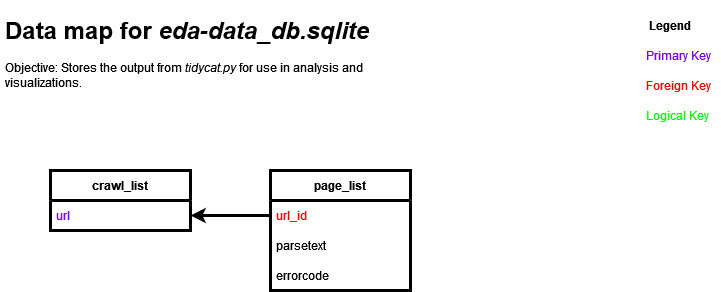
Earlier version of the draw.io export projectartifacts/eda-data_dbmap.drawio.png (travisyardley/ailieful). Source tidied: cells renumbered, new cells last; positions are measured from the earlier drawing's top-left corner, leaving out a move shared by most shapes. Source of this version:
```xml
<mxGraphModel>
  <root>
    <mxCell id="0" />
    <mxCell id="1" parent="0" />
    <mxCell id="2" value="crawl_list" style="swimlane;fontStyle=1;horizontal=1;startSize=30;strokeWidth=3;" parent="1" vertex="1">
      <mxGeometry x="50" y="160" width="140" height="60" as="geometry" />
    </mxCell>
    <mxCell id="3" value="url" style="text;strokeColor=none;fillColor=none;align=left;verticalAlign=middle;spacingLeft=4;spacingRight=4;overflow=hidden;points=[[0,0.5],[1,0.5]];portConstraint=eastwest;fontColor=#7F00FF;" parent="2" vertex="1">
      <mxGeometry y="30" width="140" height="30" as="geometry" />
    </mxCell>
    <mxCell id="4" value="page_list" style="swimlane;fontStyle=1;horizontal=1;startSize=30;strokeWidth=3;" parent="1" vertex="1">
      <mxGeometry x="270" y="160" width="140" height="120" as="geometry" />
    </mxCell>
    <mxCell id="5" value="url_id" style="text;strokeColor=none;fillColor=none;align=left;verticalAlign=middle;spacingLeft=4;spacingRight=4;overflow=hidden;points=[[0,0.5],[1,0.5]];portConstraint=eastwest;fontColor=#FF0000;" parent="4" vertex="1">
      <mxGeometry y="30" width="140" height="30" as="geometry" />
    </mxCell>
    <mxCell id="6" value="parsetext" style="text;strokeColor=none;fillColor=none;align=left;verticalAlign=middle;spacingLeft=4;spacingRight=4;overflow=hidden;points=[[0,0.5],[1,0.5]];portConstraint=eastwest;" parent="4" vertex="1">
      <mxGeometry y="60" width="140" height="30" as="geometry" />
    </mxCell>
    <mxCell id="7" value="errorcode" style="text;strokeColor=none;fillColor=none;align=left;verticalAlign=middle;spacingLeft=4;spacingRight=4;overflow=hidden;points=[[0,0.5],[1,0.5]];portConstraint=eastwest;" parent="4" vertex="1">
      <mxGeometry y="90" width="140" height="30" as="geometry" />
    </mxCell>
    <mxCell id="8" style="edgeStyle=orthogonalEdgeStyle;rounded=0;jettySize=auto;html=1;strokeWidth=3;" parent="1" edge="1" source="5" target="3">
      <mxGeometry relative="1" as="geometry" />
    </mxCell>
    <mxCell id="9" value="&lt;h1&gt;Data map for &lt;i&gt;eda-data_db.sqlite&lt;/i&gt;&lt;br&gt;&lt;/h1&gt;&lt;p&gt;Objective: Stores the output from &lt;i&gt;tidycat.py&lt;/i&gt; for use in analysis and visualizations.&lt;br&gt;&lt;/p&gt;" style="text;html=1;strokeColor=none;fillColor=none;spacing=5;spacingTop=-20;whiteSpace=wrap;overflow=hidden;rounded=0;" parent="1" vertex="1">
      <mxGeometry width="410" height="120" as="geometry" />
    </mxCell>
    <mxCell id="10" value="Legend" style="text;html=1;strokeColor=none;fillColor=none;align=center;verticalAlign=middle;whiteSpace=wrap;rounded=0;fontStyle=1;" parent="1" vertex="1">
      <mxGeometry x="640" width="60" height="30" as="geometry" />
    </mxCell>
    <mxCell id="11" value="Primary Key" style="text;strokeColor=none;fillColor=none;align=left;verticalAlign=middle;spacingLeft=4;spacingRight=4;overflow=hidden;fontColor=#7F00FF;" parent="1" vertex="1">
      <mxGeometry x="640" y="30" width="80" height="30" as="geometry" />
    </mxCell>
    <mxCell id="12" value="Foreign Key" style="text;strokeColor=none;fillColor=none;align=left;verticalAlign=middle;spacingLeft=4;spacingRight=4;overflow=hidden;fontColor=#FF0000;" parent="1" vertex="1">
      <mxGeometry x="640" y="60" width="80" height="30" as="geometry" />
    </mxCell>
    <mxCell id="13" value="Logical Key" style="text;strokeColor=none;fillColor=none;align=left;verticalAlign=middle;spacingLeft=4;spacingRight=4;overflow=hidden;fontColor=#00FF00;" parent="1" vertex="1">
      <mxGeometry x="640" y="90" width="80" height="30" as="geometry" />
    </mxCell>
  </root>
</mxGraphModel>
```
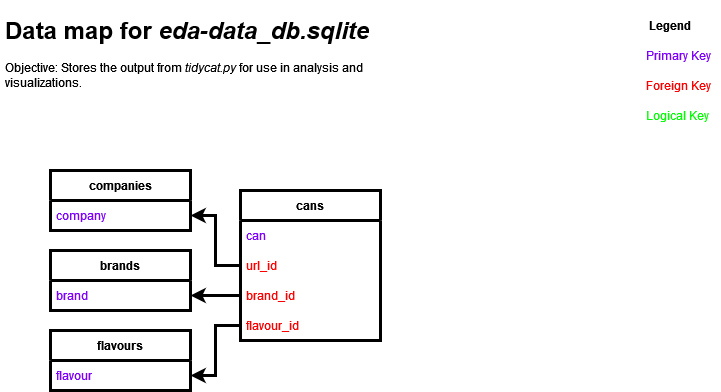
The same diagram one commit later.

Diff of the diagram source:
```diff
@@ -2,23 +2,26 @@
   <root>
     <mxCell id="0" />
     <mxCell id="1" parent="0" />
-    <mxCell id="2" value="crawl_list" style="swimlane;fontStyle=1;horizontal=1;startSize=30;strokeWidth=3;" parent="1" vertex="1">
+    <mxCell id="2" value="companies" style="swimlane;fontStyle=1;horizontal=1;startSize=30;strokeWidth=3;" parent="1" vertex="1">
       <mxGeometry x="50" y="160" width="140" height="60" as="geometry" />
     </mxCell>
-    <mxCell id="3" value="url" style="text;strokeColor=none;fillColor=none;align=left;verticalAlign=middle;spacingLeft=4;spacingRight=4;overflow=hidden;points=[[0,0.5],[1,0.5]];portConstraint=eastwest;fontColor=#7F00FF;" parent="2" vertex="1">
+    <mxCell id="3" value="company" style="text;strokeColor=none;fillColor=none;align=left;verticalAlign=middle;spacingLeft=4;spacingRight=4;overflow=hidden;points=[[0,0.5],[1,0.5]];portConstraint=eastwest;fontColor=#7F00FF;" parent="2" vertex="1">
       <mxGeometry y="30" width="140" height="30" as="geometry" />
     </mxCell>
-    <mxCell id="4" value="page_list" style="swimlane;fontStyle=1;horizontal=1;startSize=30;strokeWidth=3;" parent="1" vertex="1">
-      <mxGeometry x="270" y="160" width="140" height="120" as="geometry" />
+    <mxCell id="4" value="cans" style="swimlane;fontStyle=1;horizontal=1;startSize=30;strokeWidth=3;" parent="1" vertex="1">
+      <mxGeometry x="240" y="180" width="140" height="150" as="geometry" />
     </mxCell>
+    <mxCell id="14" value="can" style="text;strokeColor=none;fillColor=none;align=left;verticalAlign=middle;spacingLeft=4;spacingRight=4;overflow=hidden;fontColor=#7F00FF;" parent="4" vertex="1">
+      <mxGeometry y="30" width="140" height="30" as="geometry" />
+    </mxCell>
     <mxCell id="5" value="url_id" style="text;strokeColor=none;fillColor=none;align=left;verticalAlign=middle;spacingLeft=4;spacingRight=4;overflow=hidden;points=[[0,0.5],[1,0.5]];portConstraint=eastwest;fontColor=#FF0000;" parent="4" vertex="1">
-      <mxGeometry y="30" width="140" height="30" as="geometry" />
+      <mxGeometry y="60" width="140" height="30" as="geometry" />
     </mxCell>
-    <mxCell id="6" value="parsetext" style="text;strokeColor=none;fillColor=none;align=left;verticalAlign=middle;spacingLeft=4;spacingRight=4;overflow=hidden;points=[[0,0.5],[1,0.5]];portConstraint=eastwest;" parent="4" vertex="1">
-      <mxGeometry y="60" width="140" height="30" as="geometry" />
+    <mxCell id="6" value="brand_id" style="text;strokeColor=none;fillColor=none;align=left;verticalAlign=middle;spacingLeft=4;spacingRight=4;overflow=hidden;points=[[0,0.5],[1,0.5]];portConstraint=eastwest;fontColor=#FF0000;" parent="4" vertex="1">
+      <mxGeometry y="90" width="140" height="30" as="geometry" />
     </mxCell>
-    <mxCell id="7" value="errorcode" style="text;strokeColor=none;fillColor=none;align=left;verticalAlign=middle;spacingLeft=4;spacingRight=4;overflow=hidden;points=[[0,0.5],[1,0.5]];portConstraint=eastwest;" parent="4" vertex="1">
-      <mxGeometry y="90" width="140" height="30" as="geometry" />
+    <mxCell id="7" value="flavour_id" style="text;strokeColor=none;fillColor=none;align=left;verticalAlign=middle;spacingLeft=4;spacingRight=4;overflow=hidden;points=[[0,0.5],[1,0.5]];portConstraint=eastwest;fontColor=#FF0000;" parent="4" vertex="1">
+      <mxGeometry y="120" width="140" height="30" as="geometry" />
     </mxCell>
     <mxCell id="8" style="edgeStyle=orthogonalEdgeStyle;rounded=0;jettySize=auto;html=1;strokeWidth=3;" parent="1" edge="1" source="5" target="3">
       <mxGeometry relative="1" as="geometry" />
@@ -38,5 +41,23 @@
     <mxCell id="13" value="Logical Key" style="text;strokeColor=none;fillColor=none;align=left;verticalAlign=middle;spacingLeft=4;spacingRight=4;overflow=hidden;fontColor=#00FF00;" parent="1" vertex="1">
       <mxGeometry x="640" y="90" width="80" height="30" as="geometry" />
     </mxCell>
+    <mxCell id="15" value="brands" style="swimlane;fontStyle=1;horizontal=1;startSize=30;strokeWidth=3;" parent="1" vertex="1">
+      <mxGeometry x="50" y="240" width="140" height="60" as="geometry" />
+    </mxCell>
+    <mxCell id="16" value="brand" style="text;strokeColor=none;fillColor=none;align=left;verticalAlign=middle;spacingLeft=4;spacingRight=4;overflow=hidden;points=[[0,0.5],[1,0.5]];portConstraint=eastwest;fontColor=#7F00FF;" parent="15" vertex="1">
+      <mxGeometry y="30" width="140" height="30" as="geometry" />
+    </mxCell>
+    <mxCell id="17" value="flavours" style="swimlane;fontStyle=1;horizontal=1;startSize=30;strokeWidth=3;" parent="1" vertex="1">
+      <mxGeometry x="50" y="320" width="140" height="60" as="geometry" />
+    </mxCell>
+    <mxCell id="18" value="flavour" style="text;strokeColor=none;fillColor=none;align=left;verticalAlign=middle;spacingLeft=4;spacingRight=4;overflow=hidden;points=[[0,0.5],[1,0.5]];portConstraint=eastwest;fontColor=#7F00FF;" parent="17" vertex="1">
+      <mxGeometry y="30" width="140" height="30" as="geometry" />
+    </mxCell>
+    <mxCell id="19" style="edgeStyle=orthogonalEdgeStyle;rounded=0;jettySize=auto;html=1;fontColor=#FF0000;strokeWidth=3;" parent="1" edge="1" source="6" target="16">
+      <mxGeometry relative="1" as="geometry" />
+    </mxCell>
+    <mxCell id="20" style="edgeStyle=orthogonalEdgeStyle;rounded=0;jettySize=auto;html=1;exitX=0;exitY=0.5;exitDx=0;exitDy=0;fontColor=#FF0000;strokeWidth=3;" parent="1" edge="1" source="7" target="18">
+      <mxGeometry relative="1" as="geometry" />
+    </mxCell>
   </root>
 </mxGraphModel>
```
